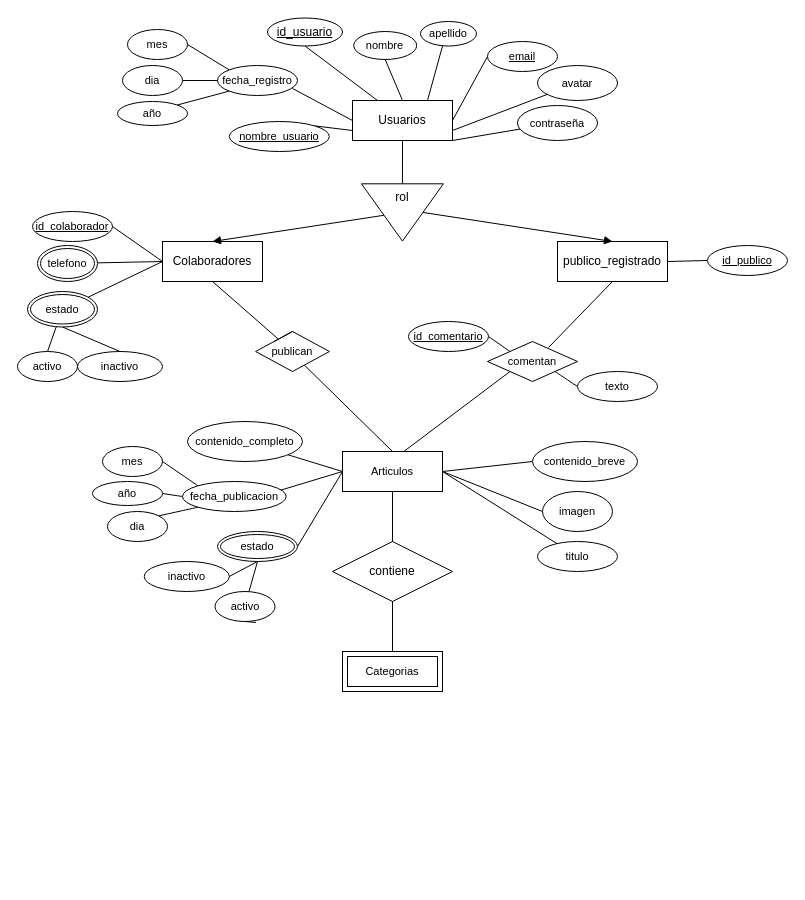
Before: Desafio_s5.drawio in mauricioarcez/desafios_info, a draw.io diagram. Source tidied: cells renumbered, new cells numbered last; positions are measured from the earlier drawing's top-left corner, leaving out a move shared by most shapes. Both pictures are drawn from the tidied source at 100%, with x=0, y=0 at pixel (17, 17).
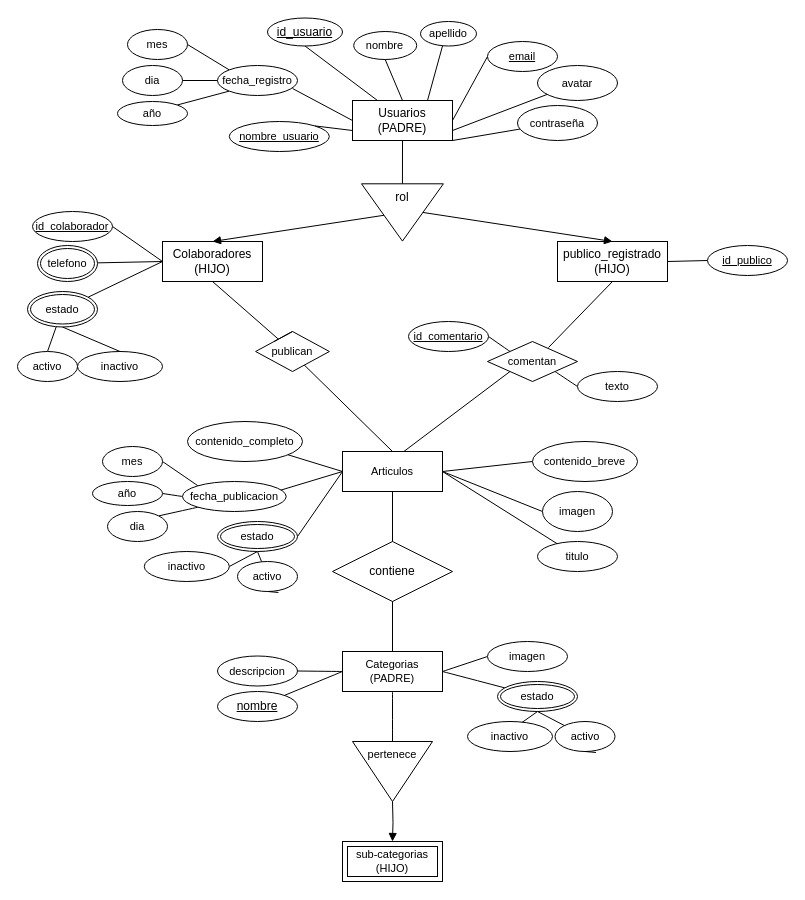
Above is the later version.

Unchanged cells that the change refers to:
```xml
<mxCell id="30" value="Articulos" style="whiteSpace=wrap;html=1;align=center;fontFamily=Helvetica;fontSize=11;fontColor=default;" parent="1" vertex="1">
  <mxGeometry x="325" y="434" width="100" height="40" as="geometry" />
</mxCell>
```

Diff of the diagram source:
```diff
@@
-    <mxCell id="13" value="Usuarios" style="whiteSpace=wrap;html=1;align=center;" parent="1" vertex="1">
+    <mxCell id="13" value="Usuarios&lt;br&gt;(PADRE)" style="whiteSpace=wrap;html=1;align=center;" parent="1" vertex="1">
       <mxGeometry x="335" y="83" width="100" height="40" as="geometry" />
     </mxCell>
@@
-    <mxCell id="16" value="Colaboradores" style="whiteSpace=wrap;html=1;align=center;" parent="1" vertex="1">
+    <mxCell id="16" value="Colaboradores&lt;br&gt;(HIJO)" style="whiteSpace=wrap;html=1;align=center;" parent="1" vertex="1">
       <mxGeometry x="145" y="224" width="100" height="40" as="geometry" />
     </mxCell>
@@
-    <mxCell id="19" value="publico_registrado" style="whiteSpace=wrap;html=1;align=center;" parent="1" vertex="1">
+    <mxCell id="19" value="publico_registrado&lt;br&gt;(HIJO)" style="whiteSpace=wrap;html=1;align=center;" parent="1" vertex="1">
       <mxGeometry x="540" y="224" width="110" height="40" as="geometry" />
     </mxCell>
@@
-    <mxCell id="29" style="rounded=0;jettySize=auto;html=1;exitX=0.5;exitY=1;exitDx=0;exitDy=0;entryX=0.5;entryY=0;entryDx=0;entryDy=0;endArrow=none;endFill=0;" parent="1" edge="1" source="30" target="31">
-      <mxGeometry relative="1" as="geometry" />
+    <mxCell id="29" style="rounded=0;jettySize=auto;html=1;exitX=0.5;exitY=1;exitDx=0;exitDy=0;entryX=0.5;entryY=0;entryDx=0;entryDy=0;endArrow=none;endFill=0;" parent="1" edge="1" source="30">
+      <mxGeometry relative="1" as="geometry">
+        <mxPoint x="375" y="634" as="targetPoint" />
+      </mxGeometry>
     </mxCell>
@@
-    <mxCell id="31" value="Categorias" style="shape=ext;margin=3;double=1;whiteSpace=wrap;html=1;align=center;fontFamily=Helvetica;fontSize=11;fontColor=default;" parent="1" vertex="1">
-      <mxGeometry x="325" y="634" width="100" height="40" as="geometry" />
-    </mxCell>
+    <mxCell id="85" style="edgeStyle=none;shape=connector;curved=1;rounded=0;jettySize=auto;html=1;exitX=0;exitY=0.5;exitDx=0;exitDy=0;labelBackgroundColor=default;strokeColor=default;fontFamily=Helvetica;fontSize=12;fontColor=default;endArrow=none;endFill=0;startSize=8;endSize=8;" parent="1" edge="1" target="90">
+      <mxGeometry relative="1" as="geometry">
+        <mxPoint x="325" y="654" as="sourcePoint" />
+      </mxGeometry>
+    </mxCell>
+    <mxCell id="86" style="edgeStyle=none;shape=connector;curved=1;rounded=0;jettySize=auto;html=1;exitX=0;exitY=0.5;exitDx=0;exitDy=0;labelBackgroundColor=default;strokeColor=default;fontFamily=Helvetica;fontSize=12;fontColor=default;endArrow=none;endFill=0;startSize=8;endSize=8;" parent="1" edge="1" target="91">
+      <mxGeometry relative="1" as="geometry">
+        <mxPoint x="325" y="654" as="sourcePoint" />
+      </mxGeometry>
+    </mxCell>
+    <mxCell id="87" style="edgeStyle=none;shape=connector;curved=1;rounded=0;jettySize=auto;html=1;exitX=1;exitY=0.5;exitDx=0;exitDy=0;entryX=0;entryY=0.5;entryDx=0;entryDy=0;labelBackgroundColor=default;strokeColor=default;fontFamily=Helvetica;fontSize=12;fontColor=default;endArrow=none;endFill=0;startSize=8;endSize=8;" parent="1" edge="1" target="93">
+      <mxGeometry relative="1" as="geometry">
+        <mxPoint x="425" y="654" as="sourcePoint" />
+      </mxGeometry>
+    </mxCell>
+    <mxCell id="88" style="edgeStyle=none;shape=connector;curved=1;rounded=0;jettySize=auto;html=1;exitX=1;exitY=0.5;exitDx=0;exitDy=0;labelBackgroundColor=default;strokeColor=default;fontFamily=Helvetica;fontSize=12;fontColor=default;endArrow=none;endFill=0;startSize=8;endSize=8;" parent="1" edge="1" target="96">
+      <mxGeometry relative="1" as="geometry">
+        <mxPoint x="425" y="654" as="sourcePoint" />
+      </mxGeometry>
+    </mxCell>
+    <mxCell id="89" style="edgeStyle=none;shape=connector;curved=1;rounded=0;orthogonalLoop=1;jettySize=auto;html=1;exitX=0.5;exitY=1;exitDx=0;exitDy=0;labelBackgroundColor=default;strokeColor=default;fontFamily=Helvetica;fontSize=12;fontColor=default;endArrow=none;endFill=0;startSize=8;endSize=8;" parent="1" edge="1">
+      <mxGeometry relative="1" as="geometry">
+        <mxPoint x="375" y="674" as="sourcePoint" />
+        <mxPoint x="375" y="724" as="targetPoint" />
+      </mxGeometry>
+    </mxCell>
@@
     <mxCell id="63" value="estado" style="ellipse;shape=doubleEllipse;margin=3;whiteSpace=wrap;html=1;align=center;fontFamily=Helvetica;fontSize=11;fontColor=default;" parent="1" vertex="1">
-      <mxGeometry x="200" y="514" width="80" height="30" as="geometry" />
+      <mxGeometry x="200" y="504" width="80" height="30" as="geometry" />
     </mxCell>
@@
     <mxCell id="76" value="activo" style="ellipse;whiteSpace=wrap;html=1;align=center;fontFamily=Helvetica;fontSize=11;fontColor=default;" parent="1" vertex="1">
-      <mxGeometry x="197.5" y="574" width="60" height="30" as="geometry" />
+      <mxGeometry x="220" y="544" width="60" height="30" as="geometry" />
     </mxCell>
     <mxCell id="77" value="inactivo" style="ellipse;whiteSpace=wrap;html=1;align=center;fontFamily=Helvetica;fontSize=11;fontColor=default;" parent="1" vertex="1">
-      <mxGeometry x="126.8" y="544" width="85" height="30" as="geometry" />
+      <mxGeometry x="126.8" y="534" width="85" height="30" as="geometry" />
     </mxCell>
@@
+    <mxCell id="90" value="nombre" style="ellipse;whiteSpace=wrap;html=1;align=center;fontStyle=4;fontFamily=Helvetica;fontSize=12;fontColor=default;" parent="1" vertex="1">
+      <mxGeometry x="200" y="674" width="80" height="30" as="geometry" />
+    </mxCell>
+    <mxCell id="91" value="descripcion" style="ellipse;whiteSpace=wrap;html=1;align=center;fontFamily=Helvetica;fontSize=11;fontColor=default;" parent="1" vertex="1">
+      <mxGeometry x="200" y="638.5" width="80" height="30" as="geometry" />
+    </mxCell>
+    <mxCell id="92" style="edgeStyle=none;shape=connector;rounded=0;orthogonalLoop=1;jettySize=auto;html=1;exitX=0.5;exitY=1;exitDx=0;exitDy=0;labelBackgroundColor=default;strokeColor=default;fontFamily=Helvetica;fontSize=11;fontColor=default;endArrow=none;endFill=0;" parent="1" edge="1" source="91" target="91">
+      <mxGeometry relative="1" as="geometry" />
+    </mxCell>
+    <mxCell id="93" value="imagen" style="ellipse;whiteSpace=wrap;html=1;align=center;fontFamily=Helvetica;fontSize=11;fontColor=default;" parent="1" vertex="1">
+      <mxGeometry x="470" y="624" width="80" height="30" as="geometry" />
+    </mxCell>
+    <mxCell id="94" style="edgeStyle=none;shape=connector;rounded=0;orthogonalLoop=1;jettySize=auto;html=1;exitX=0.5;exitY=1;exitDx=0;exitDy=0;labelBackgroundColor=default;strokeColor=default;fontFamily=Helvetica;fontSize=11;fontColor=default;endArrow=none;endFill=0;" parent="1" edge="1" source="93" target="93">
+      <mxGeometry relative="1" as="geometry" />
+    </mxCell>
+    <mxCell id="95" style="edgeStyle=none;shape=connector;rounded=0;jettySize=auto;html=1;exitX=0.5;exitY=1;exitDx=0;exitDy=0;entryX=0.624;entryY=0.067;entryDx=0;entryDy=0;labelBackgroundColor=default;strokeColor=default;fontFamily=Helvetica;fontSize=11;fontColor=default;endArrow=none;endFill=0;entryPerimeter=0;" parent="1" edge="1" source="96" target="99">
+      <mxGeometry relative="1" as="geometry" />
+    </mxCell>
+    <mxCell id="96" value="estado" style="ellipse;shape=doubleEllipse;margin=3;whiteSpace=wrap;html=1;align=center;fontFamily=Helvetica;fontSize=11;fontColor=default;" parent="1" vertex="1">
+      <mxGeometry x="480" y="664" width="80" height="30" as="geometry" />
+    </mxCell>
+    <mxCell id="97" style="edgeStyle=none;shape=connector;rounded=0;jettySize=auto;html=1;entryX=0.5;entryY=1;entryDx=0;entryDy=0;labelBackgroundColor=default;strokeColor=default;fontFamily=Helvetica;fontSize=11;fontColor=default;endArrow=none;endFill=0;" parent="1" edge="1" source="98" target="96">
+      <mxGeometry relative="1" as="geometry" />
+    </mxCell>
+    <mxCell id="98" value="activo" style="ellipse;whiteSpace=wrap;html=1;align=center;fontFamily=Helvetica;fontSize=11;fontColor=default;" parent="1" vertex="1">
+      <mxGeometry x="537.5" y="704" width="60" height="30" as="geometry" />
+    </mxCell>
+    <mxCell id="99" value="inactivo" style="ellipse;whiteSpace=wrap;html=1;align=center;fontFamily=Helvetica;fontSize=11;fontColor=default;" parent="1" vertex="1">
+      <mxGeometry x="450" y="704" width="85" height="30" as="geometry" />
+    </mxCell>
+    <mxCell id="100" style="edgeStyle=none;shape=connector;curved=1;rounded=0;orthogonalLoop=1;jettySize=auto;html=1;exitX=0.5;exitY=1;exitDx=0;exitDy=0;entryX=0.683;entryY=1.033;entryDx=0;entryDy=0;entryPerimeter=0;labelBackgroundColor=default;strokeColor=default;fontFamily=Helvetica;fontSize=12;fontColor=default;endArrow=none;endFill=0;startSize=8;endSize=8;" parent="1" edge="1" source="98" target="98">
+      <mxGeometry relative="1" as="geometry" />
+    </mxCell>
+    <mxCell id="101" style="edgeStyle=orthogonalEdgeStyle;rounded=0;jettySize=auto;html=1;exitX=0.5;exitY=1;exitDx=0;exitDy=0;endArrow=none;endFill=0;" parent="1" edge="1" source="103">
+      <mxGeometry relative="1" as="geometry">
+        <mxPoint x="375" y="854" as="targetPoint" />
+      </mxGeometry>
+    </mxCell>
+    <mxCell id="102" style="edgeStyle=orthogonalEdgeStyle;rounded=0;jettySize=auto;html=1;exitX=0.5;exitY=1;exitDx=0;exitDy=0;endArrow=block;endFill=1;" parent="1" edge="1" target="103">
+      <mxGeometry relative="1" as="geometry">
+        <mxPoint x="375" y="784" as="sourcePoint" />
+      </mxGeometry>
+    </mxCell>
+    <mxCell id="103" value="sub-categorias&lt;br&gt;(HIJO)" style="shape=ext;margin=3;double=1;whiteSpace=wrap;html=1;align=center;fontFamily=Helvetica;fontSize=11;fontColor=default;" parent="1" vertex="1">
+      <mxGeometry x="325" y="824" width="100" height="40" as="geometry" />
+    </mxCell>
+    <mxCell id="104" value="Categorias&lt;br&gt;(PADRE)" style="whiteSpace=wrap;html=1;align=center;fontFamily=Helvetica;fontSize=11;fontColor=default;" parent="1" vertex="1">
+      <mxGeometry x="325" y="634" width="100" height="40" as="geometry" />
+    </mxCell>
+    <mxCell id="105" value="pertenece" style="triangle;whiteSpace=wrap;html=1;fontFamily=Helvetica;fontSize=11;fontColor=default;rotation=90;horizontal=0;verticalAlign=top;" parent="1" vertex="1">
+      <mxGeometry x="345" y="714" width="60" height="80" as="geometry" />
+    </mxCell>
```
